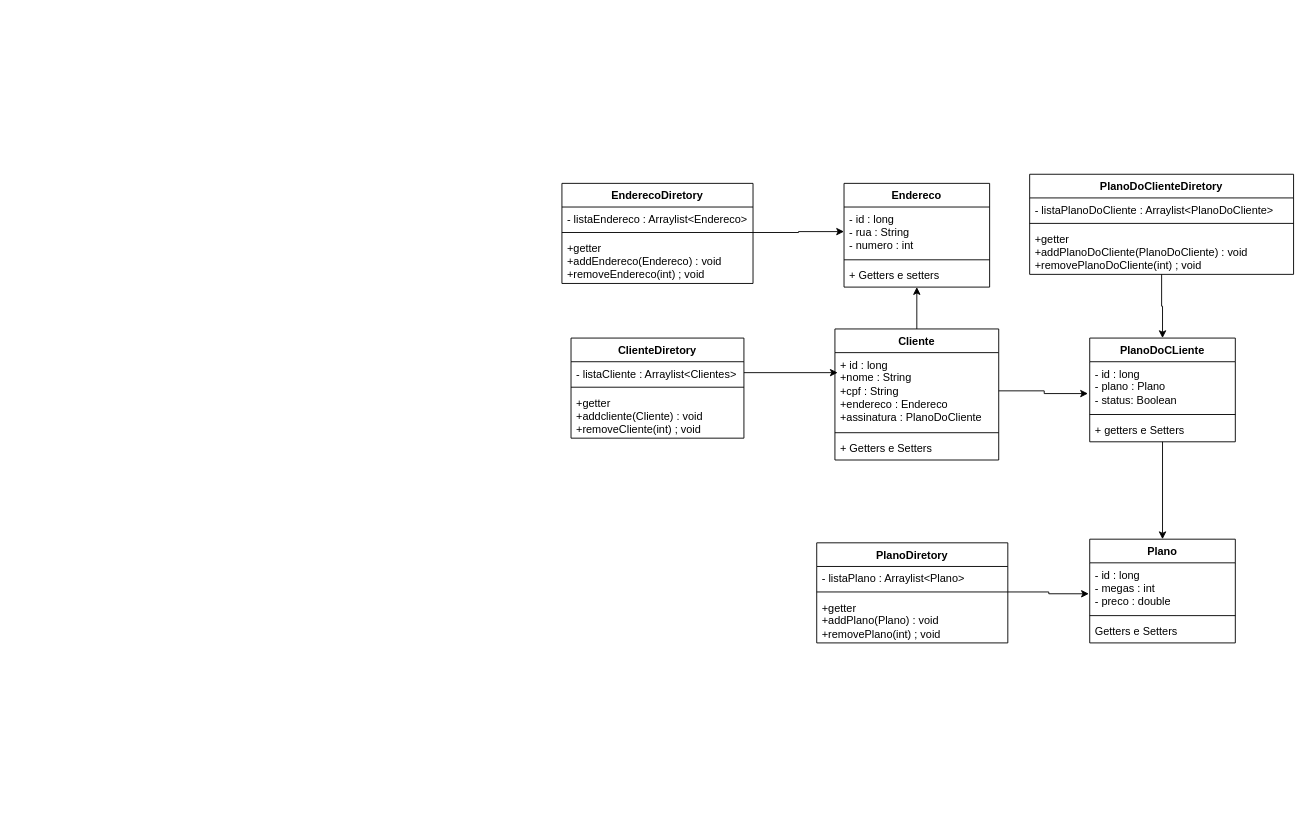
Before: ProvedorUML.drawio in ViniciusAClement/DiagramasUml, a draw.io diagram. Source tidied: cells renumbered, new cells numbered last; positions are measured from the earlier drawing's top-left corner, leaving out a move shared by most shapes. Both pictures are drawn from the tidied source at 91%, with x=0, y=0 at pixel (561, 174).
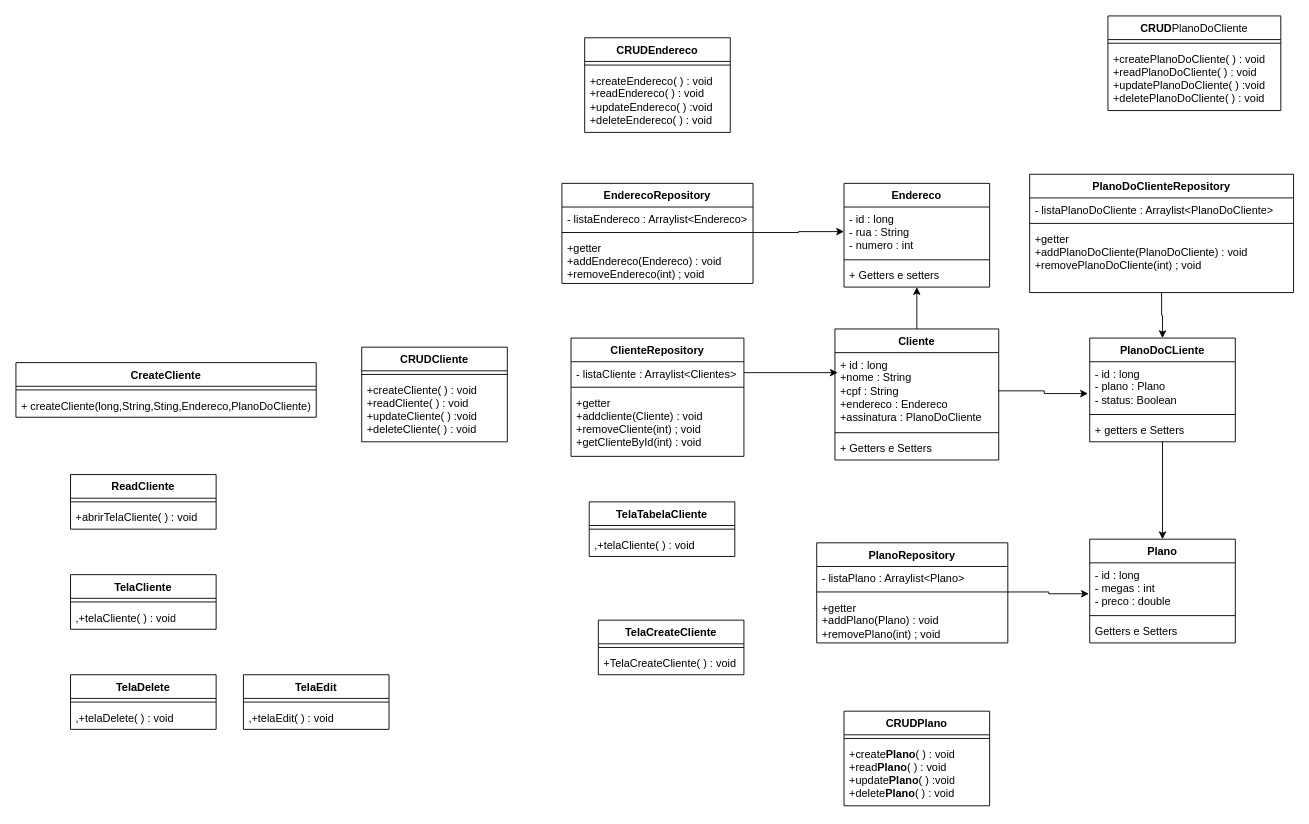
The same page after the edit.

The edit, as a diff of the source:
```diff
@@
-    <mxCell id="21" value="ClienteDiretory" style="swimlane;fontStyle=1;align=center;verticalAlign=top;horizontal=1;startSize=26;whiteSpace=wrap;html=1;" parent="1" vertex="1">
-      <mxGeometry x="10" y="180" width="190" height="110" as="geometry" />
+    <mxCell id="21" value="ClienteRepository" style="swimlane;fontStyle=1;align=center;verticalAlign=top;horizontal=1;startSize=26;whiteSpace=wrap;html=1;" parent="1" vertex="1">
+      <mxGeometry x="10" y="180" width="190" height="130" as="geometry" />
     </mxCell>
@@
-    <mxCell id="24" value="+getter&lt;div&gt;+addcliente(Cliente) : void&lt;/div&gt;&lt;div&gt;+removeCliente(int) ; void&lt;/div&gt;" style="text;strokeColor=none;fillColor=none;align=left;verticalAlign=top;spacingLeft=4;spacingRight=4;overflow=hidden;whiteSpace=wrap;html=1;" parent="21" vertex="1">
-      <mxGeometry y="58" width="190" height="52" as="geometry" />
+    <mxCell id="24" value="+getter&lt;div&gt;+addcliente(Cliente) : void&lt;/div&gt;&lt;div&gt;+removeCliente(int) ; void&lt;/div&gt;&lt;div&gt;+getClienteById(int) : void&lt;/div&gt;" style="text;strokeColor=none;fillColor=none;align=left;verticalAlign=top;spacingLeft=4;spacingRight=4;overflow=hidden;whiteSpace=wrap;html=1;" parent="21" vertex="1">
+      <mxGeometry y="58" width="190" height="72" as="geometry" />
     </mxCell>
-    <mxCell id="25" value="EnderecoDiretory" style="swimlane;fontStyle=1;align=center;verticalAlign=top;horizontal=1;startSize=26;whiteSpace=wrap;html=1;" parent="1" vertex="1">
+    <mxCell id="25" value="EnderecoRepository" style="swimlane;fontStyle=1;align=center;verticalAlign=top;horizontal=1;startSize=26;whiteSpace=wrap;html=1;" parent="1" vertex="1">
       <mxGeometry y="10" width="210" height="110" as="geometry" />
     </mxCell>
@@
-    <mxCell id="30" value="PlanoDoClienteDiretory" style="swimlane;fontStyle=1;align=center;verticalAlign=top;horizontal=1;startSize=26;whiteSpace=wrap;html=1;" parent="1" vertex="1">
-      <mxGeometry x="514" width="290" height="110" as="geometry" />
+    <mxCell id="30" value="PlanoDoClienteRepository" style="swimlane;fontStyle=1;align=center;verticalAlign=top;horizontal=1;startSize=26;whiteSpace=wrap;html=1;" parent="1" vertex="1">
+      <mxGeometry x="514" width="290" height="130" as="geometry" />
     </mxCell>
@@
     <mxCell id="33" value="+getter&lt;div&gt;+addPlanoDoCliente(PlanoDoCliente) : void&lt;/div&gt;&lt;div&gt;+removePlanoDoCliente(int) ; void&lt;/div&gt;" style="text;strokeColor=none;fillColor=none;align=left;verticalAlign=top;spacingLeft=4;spacingRight=4;overflow=hidden;whiteSpace=wrap;html=1;" parent="30" vertex="1">
-      <mxGeometry y="58" width="290" height="52" as="geometry" />
+      <mxGeometry y="58" width="290" height="72" as="geometry" />
     </mxCell>
-    <mxCell id="34" value="PlanoDiretory" style="swimlane;fontStyle=1;align=center;verticalAlign=top;horizontal=1;startSize=26;whiteSpace=wrap;html=1;" parent="1" vertex="1">
+    <mxCell id="34" value="PlanoRepository" style="swimlane;fontStyle=1;align=center;verticalAlign=top;horizontal=1;startSize=26;whiteSpace=wrap;html=1;" parent="1" vertex="1">
       <mxGeometry x="280" y="405" width="210" height="110" as="geometry" />
     </mxCell>
@@
+    <mxCell id="41" value="CRUDCliente" style="swimlane;fontStyle=1;align=center;verticalAlign=top;horizontal=1;startSize=26;whiteSpace=wrap;html=1;" parent="1" vertex="1">
+      <mxGeometry x="-220" y="190" width="160" height="104" as="geometry" />
+    </mxCell>
+    <mxCell id="42" style="line;strokeWidth=1;fillColor=none;align=left;verticalAlign=middle;spacingTop=-1;spacingLeft=3;spacingRight=3;labelPosition=right;strokeColor=inherit;" parent="41" vertex="1">
+      <mxGeometry y="26" width="160" height="8" as="geometry" />
+    </mxCell>
+    <mxCell id="43" value="+createCliente( ) : void&lt;div&gt;+readCliente( ) : void&lt;/div&gt;&lt;div&gt;+updateCliente( ) :void&lt;/div&gt;&lt;div&gt;+deleteCliente( ) : void&lt;/div&gt;" style="text;strokeColor=none;fillColor=none;align=left;verticalAlign=top;spacingLeft=4;spacingRight=4;overflow=hidden;whiteSpace=wrap;html=1;" parent="41" vertex="1">
+      <mxGeometry y="34" width="160" height="70" as="geometry" />
+    </mxCell>
+    <mxCell id="44" value="CreateCliente" style="swimlane;fontStyle=1;align=center;verticalAlign=top;horizontal=1;startSize=26;whiteSpace=wrap;html=1;" parent="1" vertex="1">
+      <mxGeometry x="-600" y="207" width="330" height="60" as="geometry" />
+    </mxCell>
+    <mxCell id="45" style="line;strokeWidth=1;fillColor=none;align=left;verticalAlign=middle;spacingTop=-1;spacingLeft=3;spacingRight=3;labelPosition=right;strokeColor=inherit;" parent="44" vertex="1">
+      <mxGeometry y="26" width="330" height="8" as="geometry" />
+    </mxCell>
+    <mxCell id="46" value="+ createCliente(long,String,Sting,Endereco,PlanoDoCliente)" style="text;strokeColor=none;fillColor=none;align=left;verticalAlign=top;spacingLeft=4;spacingRight=4;overflow=hidden;whiteSpace=wrap;html=1;" parent="44" vertex="1">
+      <mxGeometry y="34" width="330" height="26" as="geometry" />
+    </mxCell>
+    <mxCell id="47" value="CRUDEndereco" style="swimlane;fontStyle=1;align=center;verticalAlign=top;horizontal=1;startSize=26;whiteSpace=wrap;html=1;" parent="1" vertex="1">
+      <mxGeometry x="25" y="-150" width="160" height="104" as="geometry" />
+    </mxCell>
+    <mxCell id="48" style="line;strokeWidth=1;fillColor=none;align=left;verticalAlign=middle;spacingTop=-1;spacingLeft=3;spacingRight=3;labelPosition=right;strokeColor=inherit;" parent="47" vertex="1">
+      <mxGeometry y="26" width="160" height="8" as="geometry" />
+    </mxCell>
+    <mxCell id="49" value="+createEndereco( ) : void&lt;div&gt;+read&lt;span style=&quot;background-color: transparent; color: light-dark(rgb(0, 0, 0), rgb(255, 255, 255));&quot;&gt;Endereco&lt;/span&gt;&lt;span style=&quot;background-color: transparent; color: light-dark(rgb(0, 0, 0), rgb(255, 255, 255));&quot;&gt;( ) : void&lt;/span&gt;&lt;/div&gt;&lt;div&gt;+updateEndereco( ) :void&lt;/div&gt;&lt;div&gt;+deleteEndereco( ) : void&lt;/div&gt;" style="text;strokeColor=none;fillColor=none;align=left;verticalAlign=top;spacingLeft=4;spacingRight=4;overflow=hidden;whiteSpace=wrap;html=1;" parent="47" vertex="1">
+      <mxGeometry y="34" width="160" height="70" as="geometry" />
+    </mxCell>
+    <mxCell id="50" value="CRUD&lt;span style=&quot;font-weight: 400; text-align: left;&quot;&gt;PlanoDoCliente&lt;/span&gt;" style="swimlane;fontStyle=1;align=center;verticalAlign=top;horizontal=1;startSize=26;whiteSpace=wrap;html=1;" parent="1" vertex="1">
+      <mxGeometry x="600" y="-174" width="190" height="104" as="geometry" />
+    </mxCell>
+    <mxCell id="51" style="line;strokeWidth=1;fillColor=none;align=left;verticalAlign=middle;spacingTop=-1;spacingLeft=3;spacingRight=3;labelPosition=right;strokeColor=inherit;" parent="50" vertex="1">
+      <mxGeometry y="26" width="190" height="8" as="geometry" />
+    </mxCell>
+    <mxCell id="52" value="+createPlanoDoCliente( ) : void&lt;div&gt;+readPlanoDoCliente( ) : void&lt;/div&gt;&lt;div&gt;+updatePlanoDoCliente( ) :void&lt;/div&gt;&lt;div&gt;+deletePlanoDoCliente( ) : void&lt;/div&gt;" style="text;strokeColor=none;fillColor=none;align=left;verticalAlign=top;spacingLeft=4;spacingRight=4;overflow=hidden;whiteSpace=wrap;html=1;" parent="50" vertex="1">
+      <mxGeometry y="34" width="190" height="70" as="geometry" />
+    </mxCell>
+    <mxCell id="53" value="CRUDPlano" style="swimlane;fontStyle=1;align=center;verticalAlign=top;horizontal=1;startSize=26;whiteSpace=wrap;html=1;" parent="1" vertex="1">
+      <mxGeometry x="310" y="590" width="160" height="104" as="geometry" />
+    </mxCell>
+    <mxCell id="54" style="line;strokeWidth=1;fillColor=none;align=left;verticalAlign=middle;spacingTop=-1;spacingLeft=3;spacingRight=3;labelPosition=right;strokeColor=inherit;" parent="53" vertex="1">
+      <mxGeometry y="26" width="160" height="8" as="geometry" />
+    </mxCell>
+    <mxCell id="55" value="+create&lt;span style=&quot;font-weight: 700; text-align: center;&quot;&gt;Plano&lt;/span&gt;( ) : void&lt;div&gt;+read&lt;span style=&quot;font-weight: 700; text-align: center;&quot;&gt;Plano&lt;/span&gt;( ) : void&lt;/div&gt;&lt;div&gt;+update&lt;span style=&quot;font-weight: 700; text-align: center;&quot;&gt;Plano&lt;/span&gt;( ) :void&lt;/div&gt;&lt;div&gt;+delete&lt;span style=&quot;font-weight: 700; text-align: center;&quot;&gt;Plano&lt;/span&gt;( ) : void&lt;/div&gt;" style="text;strokeColor=none;fillColor=none;align=left;verticalAlign=top;spacingLeft=4;spacingRight=4;overflow=hidden;whiteSpace=wrap;html=1;" parent="53" vertex="1">
+      <mxGeometry y="34" width="160" height="70" as="geometry" />
+    </mxCell>
+    <mxCell id="56" value="ReadCliente" style="swimlane;fontStyle=1;align=center;verticalAlign=top;horizontal=1;startSize=26;whiteSpace=wrap;html=1;" parent="1" vertex="1">
+      <mxGeometry x="-540" y="330" width="160" height="60" as="geometry" />
+    </mxCell>
+    <mxCell id="57" style="line;strokeWidth=1;fillColor=none;align=left;verticalAlign=middle;spacingTop=-1;spacingLeft=3;spacingRight=3;labelPosition=right;strokeColor=inherit;" parent="56" vertex="1">
+      <mxGeometry y="26" width="160" height="8" as="geometry" />
+    </mxCell>
+    <mxCell id="58" value="+abrirTelaCliente( ) : void" style="text;strokeColor=none;fillColor=none;align=left;verticalAlign=top;spacingLeft=4;spacingRight=4;overflow=hidden;whiteSpace=wrap;html=1;" parent="56" vertex="1">
+      <mxGeometry y="34" width="160" height="26" as="geometry" />
+    </mxCell>
+    <mxCell id="59" value="TelaCliente" style="swimlane;fontStyle=1;align=center;verticalAlign=top;horizontal=1;startSize=26;whiteSpace=wrap;html=1;" parent="1" vertex="1">
+      <mxGeometry x="-540" y="440" width="160" height="60" as="geometry" />
+    </mxCell>
+    <mxCell id="60" style="line;strokeWidth=1;fillColor=none;align=left;verticalAlign=middle;spacingTop=-1;spacingLeft=3;spacingRight=3;labelPosition=right;strokeColor=inherit;" parent="59" vertex="1">
+      <mxGeometry y="26" width="160" height="8" as="geometry" />
+    </mxCell>
+    <mxCell id="61" value=",+telaCliente( ) : void" style="text;strokeColor=none;fillColor=none;align=left;verticalAlign=top;spacingLeft=4;spacingRight=4;overflow=hidden;whiteSpace=wrap;html=1;" parent="59" vertex="1">
+      <mxGeometry y="34" width="160" height="26" as="geometry" />
+    </mxCell>
+    <mxCell id="62" value="TelaDelete" style="swimlane;fontStyle=1;align=center;verticalAlign=top;horizontal=1;startSize=26;whiteSpace=wrap;html=1;" parent="1" vertex="1">
+      <mxGeometry x="-540" y="550" width="160" height="60" as="geometry" />
+    </mxCell>
+    <mxCell id="63" style="line;strokeWidth=1;fillColor=none;align=left;verticalAlign=middle;spacingTop=-1;spacingLeft=3;spacingRight=3;labelPosition=right;strokeColor=inherit;" parent="62" vertex="1">
+      <mxGeometry y="26" width="160" height="8" as="geometry" />
+    </mxCell>
+    <mxCell id="64" value=",+telaDelete( ) : void" style="text;strokeColor=none;fillColor=none;align=left;verticalAlign=top;spacingLeft=4;spacingRight=4;overflow=hidden;whiteSpace=wrap;html=1;" parent="62" vertex="1">
+      <mxGeometry y="34" width="160" height="26" as="geometry" />
+    </mxCell>
+    <mxCell id="65" value="TelaEdit" style="swimlane;fontStyle=1;align=center;verticalAlign=top;horizontal=1;startSize=26;whiteSpace=wrap;html=1;" parent="1" vertex="1">
+      <mxGeometry x="-350" y="550" width="160" height="60" as="geometry" />
+    </mxCell>
+    <mxCell id="66" style="line;strokeWidth=1;fillColor=none;align=left;verticalAlign=middle;spacingTop=-1;spacingLeft=3;spacingRight=3;labelPosition=right;strokeColor=inherit;" parent="65" vertex="1">
+      <mxGeometry y="26" width="160" height="8" as="geometry" />
+    </mxCell>
+    <mxCell id="67" value=",+telaEdit( ) : void" style="text;strokeColor=none;fillColor=none;align=left;verticalAlign=top;spacingLeft=4;spacingRight=4;overflow=hidden;whiteSpace=wrap;html=1;" parent="65" vertex="1">
+      <mxGeometry y="34" width="160" height="26" as="geometry" />
+    </mxCell>
+    <mxCell id="68" value="TelaCreateCliente" style="swimlane;fontStyle=1;align=center;verticalAlign=top;horizontal=1;startSize=26;whiteSpace=wrap;html=1;" parent="1" vertex="1">
+      <mxGeometry x="40" y="490" width="160" height="60" as="geometry" />
+    </mxCell>
+    <mxCell id="69" style="line;strokeWidth=1;fillColor=none;align=left;verticalAlign=middle;spacingTop=-1;spacingLeft=3;spacingRight=3;labelPosition=right;strokeColor=inherit;" parent="68" vertex="1">
+      <mxGeometry y="26" width="160" height="8" as="geometry" />
+    </mxCell>
+    <mxCell id="70" value="+TelaCreateCliente( ) : void" style="text;strokeColor=none;fillColor=none;align=left;verticalAlign=top;spacingLeft=4;spacingRight=4;overflow=hidden;whiteSpace=wrap;html=1;" parent="68" vertex="1">
+      <mxGeometry y="34" width="160" height="26" as="geometry" />
+    </mxCell>
+    <mxCell id="71" value="TelaTabelaCliente" style="swimlane;fontStyle=1;align=center;verticalAlign=top;horizontal=1;startSize=26;whiteSpace=wrap;html=1;" parent="1" vertex="1">
+      <mxGeometry x="30" y="360" width="160" height="60" as="geometry" />
+    </mxCell>
+    <mxCell id="72" style="line;strokeWidth=1;fillColor=none;align=left;verticalAlign=middle;spacingTop=-1;spacingLeft=3;spacingRight=3;labelPosition=right;strokeColor=inherit;" parent="71" vertex="1">
+      <mxGeometry y="26" width="160" height="8" as="geometry" />
+    </mxCell>
+    <mxCell id="73" value=",+telaCliente( ) : void" style="text;strokeColor=none;fillColor=none;align=left;verticalAlign=top;spacingLeft=4;spacingRight=4;overflow=hidden;whiteSpace=wrap;html=1;" parent="71" vertex="1">
+      <mxGeometry y="34" width="160" height="26" as="geometry" />
+    </mxCell>
```
